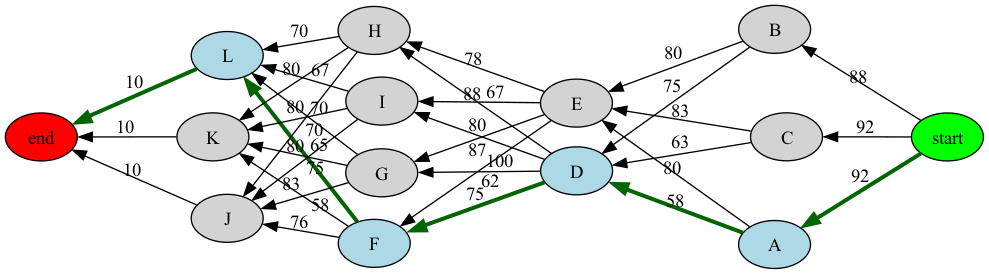
This is process.gv.png from BelalHmeidat/TripCost, a Graphviz export, as it was before one commit. Its source is kept beside it as process.gv. The source it was exported from:
```dot
graph G {
	node [style=filled]
	edge [dir=forward]
	start [fillcolor=green]
	start -- A [label=92 color=darkgreen penwidth=3]
	start -- B [label=88]
	start -- C [label=92]
	A [fillcolor=lightblue]
	A -- D [label=58 color=darkgreen penwidth=3]
	A -- E [label=80]
	B -- D [label=75]
	B -- E [label=80]
	C -- D [label=63]
	C -- E [label=83]
	D [fillcolor=lightblue]
	D -- F [label=75 color=darkgreen penwidth=3]
	D -- G [label=100]
	D -- H [label=88]
	D -- I [label=87]
	E -- F [label=62]
	E -- G [label=80]
	E -- H [label=78]
	E -- I [label=67]
	F [fillcolor=lightblue]
	F -- J [label=76]
	F -- K [label=83]
	F -- L [label=75 color=darkgreen penwidth=3]
	G -- J [label=58]
	G -- K [label=80]
	G -- L [label=70]
	H -- J [label=70]
	H -- K [label=80]
	H -- L [label=70]
	I -- J [label=65]
	I -- K [label=80]
	I -- L [label=67]
	J -- end [label=10]
	K -- end [label=10]
	L [fillcolor=lightblue]
	L -- end [label=10 color=darkgreen penwidth=3]
	end [fillcolor=red]
}
```
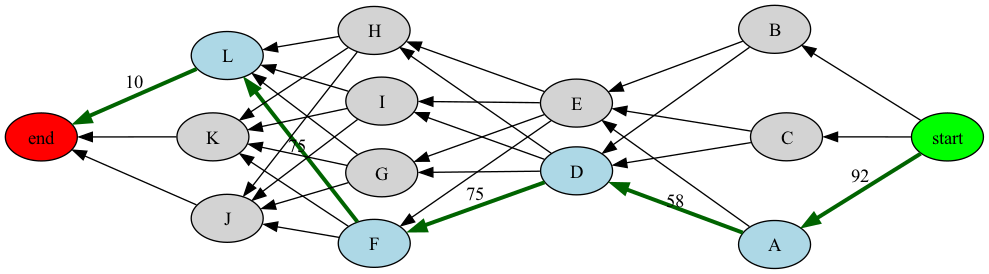
After the change.

Diff of the diagram source:
```diff
@@ -3,39 +3,39 @@
 	edge [dir=forward]
 	start [fillcolor=green]
 	start -- A [label=92 color=darkgreen penwidth=3]
-	start -- B [label=88]
-	start -- C [label=92]
+	start -- B
+	start -- C
 	A [fillcolor=lightblue]
 	A -- D [label=58 color=darkgreen penwidth=3]
-	A -- E [label=80]
-	B -- D [label=75]
-	B -- E [label=80]
-	C -- D [label=63]
-	C -- E [label=83]
+	A -- E
+	B -- D
+	B -- E
+	C -- D
+	C -- E
 	D [fillcolor=lightblue]
 	D -- F [label=75 color=darkgreen penwidth=3]
-	D -- G [label=100]
-	D -- H [label=88]
-	D -- I [label=87]
-	E -- F [label=62]
-	E -- G [label=80]
-	E -- H [label=78]
-	E -- I [label=67]
+	D -- G
+	D -- H
+	D -- I
+	E -- F
+	E -- G
+	E -- H
+	E -- I
 	F [fillcolor=lightblue]
-	F -- J [label=76]
-	F -- K [label=83]
+	F -- J
+	F -- K
 	F -- L [label=75 color=darkgreen penwidth=3]
-	G -- J [label=58]
-	G -- K [label=80]
-	G -- L [label=70]
-	H -- J [label=70]
-	H -- K [label=80]
-	H -- L [label=70]
-	I -- J [label=65]
-	I -- K [label=80]
-	I -- L [label=67]
-	J -- end [label=10]
-	K -- end [label=10]
+	G -- J
+	G -- K
+	G -- L
+	H -- J
+	H -- K
+	H -- L
+	I -- J
+	I -- K
+	I -- L
+	J -- end
+	K -- end
 	L [fillcolor=lightblue]
 	L -- end [label=10 color=darkgreen penwidth=3]
 	end [fillcolor=red]
```
